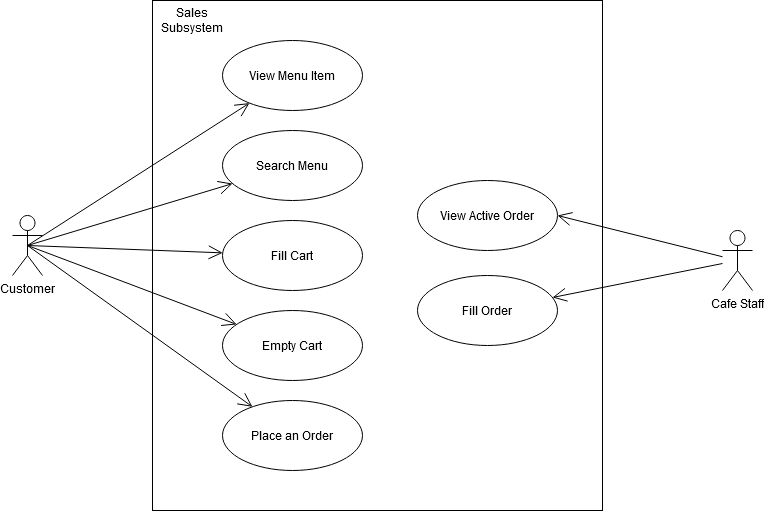
Earlier version of the draw.io export Use-Case Models/Sales Subsystem Use-Case Model.png (jakedurnford/ITC303BeverageBookers). Source tidied: cells renumbered, new cells last; positions are measured from the earlier drawing's top-left corner, leaving out a move shared by most shapes. The source it was exported from:
```xml
<mxGraphModel>
  <root>
    <mxCell id="0" />
    <mxCell id="1" parent="0" />
    <mxCell id="2" style="rounded=0;whiteSpace=wrap;html=1;" parent="1" vertex="1">
      <mxGeometry x="140" width="450" height="510" as="geometry" />
    </mxCell>
    <mxCell id="3" value="View Menu Item" style="ellipse;whiteSpace=wrap;html=1;" parent="1" vertex="1">
      <mxGeometry x="210" y="40" width="140" height="70" as="geometry" />
    </mxCell>
    <mxCell id="4" value="Cafe Staff" style="shape=umlActor;verticalLabelPosition=bottom;labelBackgroundColor=#ffffff;verticalAlign=top;html=1;" parent="1" vertex="1">
      <mxGeometry x="710" y="230" width="30" height="60" as="geometry" />
    </mxCell>
    <mxCell id="5" value="Search Menu" style="ellipse;whiteSpace=wrap;html=1;" parent="1" vertex="1">
      <mxGeometry x="210" y="130" width="140" height="70" as="geometry" />
    </mxCell>
    <mxCell id="6" value="Fill Cart" style="ellipse;whiteSpace=wrap;html=1;" parent="1" vertex="1">
      <mxGeometry x="210" y="220" width="140" height="70" as="geometry" />
    </mxCell>
    <mxCell id="7" value="Empty Cart" style="ellipse;whiteSpace=wrap;html=1;" parent="1" vertex="1">
      <mxGeometry x="210" y="310" width="140" height="70" as="geometry" />
    </mxCell>
    <mxCell id="8" value="Place an Order" style="ellipse;whiteSpace=wrap;html=1;" parent="1" vertex="1">
      <mxGeometry x="210" y="400" width="140" height="70" as="geometry" />
    </mxCell>
    <mxCell id="9" value="Fill Order" style="ellipse;whiteSpace=wrap;html=1;" parent="1" vertex="1">
      <mxGeometry x="405" y="275" width="140" height="70" as="geometry" />
    </mxCell>
    <mxCell id="10" value="View Active Order" style="ellipse;whiteSpace=wrap;html=1;" parent="1" vertex="1">
      <mxGeometry x="405" y="180" width="140" height="70" as="geometry" />
    </mxCell>
    <mxCell id="11" value="Customer" style="shape=umlActor;verticalLabelPosition=bottom;labelBackgroundColor=#ffffff;verticalAlign=top;html=1;" parent="1" vertex="1">
      <mxGeometry y="215" width="30" height="60" as="geometry" />
    </mxCell>
    <mxCell id="12" style="endArrow=open;endFill=1;endSize=12;html=1;exitX=0.5;exitY=0.5;exitDx=0;exitDy=0;exitPerimeter=0;" parent="1" edge="1" source="11" target="3">
      <mxGeometry relative="1" as="geometry" />
    </mxCell>
    <mxCell id="13" style="endArrow=open;endFill=1;endSize=12;html=1;exitX=0.5;exitY=0.5;exitDx=0;exitDy=0;exitPerimeter=0;" parent="1" edge="1" source="11" target="5">
      <mxGeometry relative="1" as="geometry" />
    </mxCell>
    <mxCell id="14" style="endArrow=open;endFill=1;endSize=12;html=1;exitX=0.5;exitY=0.5;exitDx=0;exitDy=0;exitPerimeter=0;" parent="1" edge="1" source="11" target="6">
      <mxGeometry relative="1" as="geometry" />
    </mxCell>
    <mxCell id="15" style="endArrow=open;endFill=1;endSize=12;html=1;exitX=0.5;exitY=0.5;exitDx=0;exitDy=0;exitPerimeter=0;" parent="1" edge="1" source="11" target="7">
      <mxGeometry relative="1" as="geometry" />
    </mxCell>
    <mxCell id="16" style="endArrow=open;endFill=1;endSize=12;html=1;exitX=0.5;exitY=0.5;exitDx=0;exitDy=0;exitPerimeter=0;" parent="1" edge="1" source="11" target="8">
      <mxGeometry relative="1" as="geometry" />
    </mxCell>
    <mxCell id="17" style="endArrow=open;endFill=1;endSize=12;html=1;entryX=1;entryY=0.5;entryDx=0;entryDy=0;" parent="1" edge="1" source="4" target="10">
      <mxGeometry relative="1" as="geometry" />
    </mxCell>
    <mxCell id="18" style="endArrow=open;endFill=1;endSize=12;html=1;" parent="1" edge="1" source="4" target="9">
      <mxGeometry relative="1" as="geometry" />
    </mxCell>
    <mxCell id="19" value="Sales Subsystem" style="text;html=1;strokeColor=none;fillColor=none;align=center;verticalAlign=middle;whiteSpace=wrap;rounded=0;" parent="1" vertex="1">
      <mxGeometry x="160" y="10" width="40" height="20" as="geometry" />
    </mxCell>
  </root>
</mxGraphModel>
```
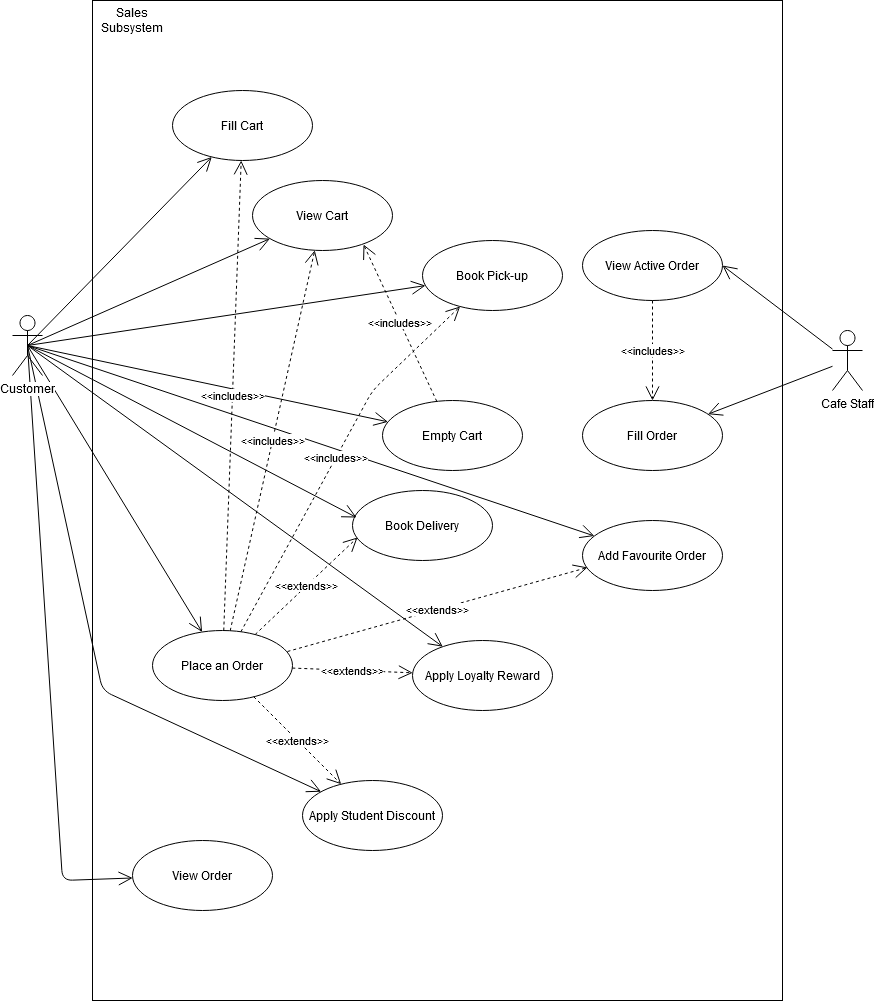
After the change.

Commit message:
UPDATED - All use-case models

Change to the diagram source:
```diff
@@ -2,59 +2,134 @@
   <root>
     <mxCell id="0" />
     <mxCell id="1" parent="0" />
+    <mxCell id="20" style="group;" parent="1" vertex="1">
+      <mxGeometry y="-100" width="850" height="1000" as="geometry" />
+    </mxCell>
+    <mxCell id="21" style="group;" parent="20" vertex="1">
+      <mxGeometry width="850" height="1000" as="geometry" />
+    </mxCell>
-    <mxCell id="2" style="rounded=0;whiteSpace=wrap;html=1;" parent="1" vertex="1">
-      <mxGeometry x="140" width="450" height="510" as="geometry" />
+    <mxCell id="2" style="rounded=0;whiteSpace=wrap;html=1;" parent="21" vertex="1">
+      <mxGeometry x="80" width="690" height="1000" as="geometry" />
     </mxCell>
-    <mxCell id="3" value="View Menu Item" style="ellipse;whiteSpace=wrap;html=1;" parent="1" vertex="1">
-      <mxGeometry x="210" y="40" width="140" height="70" as="geometry" />
-    </mxCell>
-    <mxCell id="4" value="Cafe Staff" style="shape=umlActor;verticalLabelPosition=bottom;labelBackgroundColor=#ffffff;verticalAlign=top;html=1;" parent="1" vertex="1">
-      <mxGeometry x="710" y="230" width="30" height="60" as="geometry" />
+    <mxCell id="4" value="Cafe Staff" style="shape=umlActor;verticalLabelPosition=bottom;labelBackgroundColor=#ffffff;verticalAlign=top;html=1;" parent="21" vertex="1">
+      <mxGeometry x="820" y="330" width="30" height="60" as="geometry" />
     </mxCell>
-    <mxCell id="5" value="Search Menu" style="ellipse;whiteSpace=wrap;html=1;" parent="1" vertex="1">
-      <mxGeometry x="210" y="130" width="140" height="70" as="geometry" />
-    </mxCell>
-    <mxCell id="6" value="Fill Cart" style="ellipse;whiteSpace=wrap;html=1;" parent="1" vertex="1">
-      <mxGeometry x="210" y="220" width="140" height="70" as="geometry" />
+    <mxCell id="6" value="Fill Cart" style="ellipse;whiteSpace=wrap;html=1;" parent="21" vertex="1">
+      <mxGeometry x="160" y="90" width="140" height="70" as="geometry" />
     </mxCell>
-    <mxCell id="7" value="Empty Cart" style="ellipse;whiteSpace=wrap;html=1;" parent="1" vertex="1">
-      <mxGeometry x="210" y="310" width="140" height="70" as="geometry" />
+    <mxCell id="7" value="View Cart" style="ellipse;whiteSpace=wrap;html=1;" parent="21" vertex="1">
+      <mxGeometry x="240" y="180" width="140" height="70" as="geometry" />
     </mxCell>
-    <mxCell id="8" value="Place an Order" style="ellipse;whiteSpace=wrap;html=1;" parent="1" vertex="1">
-      <mxGeometry x="210" y="400" width="140" height="70" as="geometry" />
+    <mxCell id="8" value="Place an Order" style="ellipse;whiteSpace=wrap;html=1;" parent="21" vertex="1">
+      <mxGeometry x="140" y="630" width="140" height="70" as="geometry" />
     </mxCell>
-    <mxCell id="9" value="Fill Order" style="ellipse;whiteSpace=wrap;html=1;" parent="1" vertex="1">
-      <mxGeometry x="405" y="275" width="140" height="70" as="geometry" />
+    <mxCell id="9" value="Fill Order" style="ellipse;whiteSpace=wrap;html=1;" parent="21" vertex="1">
+      <mxGeometry x="570" y="400" width="140" height="70" as="geometry" />
     </mxCell>
-    <mxCell id="10" value="View Active Order" style="ellipse;whiteSpace=wrap;html=1;" parent="1" vertex="1">
-      <mxGeometry x="405" y="180" width="140" height="70" as="geometry" />
+    <mxCell id="10" value="View Active Order" style="ellipse;whiteSpace=wrap;html=1;" parent="21" vertex="1">
+      <mxGeometry x="570" y="230" width="140" height="70" as="geometry" />
     </mxCell>
-    <mxCell id="11" value="Customer" style="shape=umlActor;verticalLabelPosition=bottom;labelBackgroundColor=#ffffff;verticalAlign=top;html=1;" parent="1" vertex="1">
-      <mxGeometry y="215" width="30" height="60" as="geometry" />
-    </mxCell>
-    <mxCell id="12" style="endArrow=open;endFill=1;endSize=12;html=1;exitX=0.5;exitY=0.5;exitDx=0;exitDy=0;exitPerimeter=0;" parent="1" edge="1" source="11" target="3">
-      <mxGeometry relative="1" as="geometry" />
-    </mxCell>
-    <mxCell id="13" style="endArrow=open;endFill=1;endSize=12;html=1;exitX=0.5;exitY=0.5;exitDx=0;exitDy=0;exitPerimeter=0;" parent="1" edge="1" source="11" target="5">
-      <mxGeometry relative="1" as="geometry" />
-    </mxCell>
-    <mxCell id="14" style="endArrow=open;endFill=1;endSize=12;html=1;exitX=0.5;exitY=0.5;exitDx=0;exitDy=0;exitPerimeter=0;" parent="1" edge="1" source="11" target="6">
+    <mxCell id="14" style="endArrow=open;endFill=1;endSize=12;html=1;exitX=0.5;exitY=0.5;exitDx=0;exitDy=0;exitPerimeter=0;" parent="21" edge="1" source="11" target="6">
       <mxGeometry relative="1" as="geometry" />
     </mxCell>
-    <mxCell id="15" style="endArrow=open;endFill=1;endSize=12;html=1;exitX=0.5;exitY=0.5;exitDx=0;exitDy=0;exitPerimeter=0;" parent="1" edge="1" source="11" target="7">
+    <mxCell id="15" style="endArrow=open;endFill=1;endSize=12;html=1;exitX=0.5;exitY=0.5;exitDx=0;exitDy=0;exitPerimeter=0;" parent="21" edge="1" source="11" target="7">
       <mxGeometry relative="1" as="geometry" />
     </mxCell>
-    <mxCell id="16" style="endArrow=open;endFill=1;endSize=12;html=1;exitX=0.5;exitY=0.5;exitDx=0;exitDy=0;exitPerimeter=0;" parent="1" edge="1" source="11" target="8">
+    <mxCell id="16" style="endArrow=open;endFill=1;endSize=12;html=1;exitX=0.5;exitY=0.5;exitDx=0;exitDy=0;exitPerimeter=0;" parent="21" edge="1" source="11" target="8">
       <mxGeometry relative="1" as="geometry" />
     </mxCell>
-    <mxCell id="17" style="endArrow=open;endFill=1;endSize=12;html=1;entryX=1;entryY=0.5;entryDx=0;entryDy=0;" parent="1" edge="1" source="4" target="10">
+    <mxCell id="17" style="endArrow=open;endFill=1;endSize=12;html=1;entryX=1;entryY=0.5;entryDx=0;entryDy=0;" parent="21" edge="1" source="4" target="10">
       <mxGeometry relative="1" as="geometry" />
     </mxCell>
-    <mxCell id="18" style="endArrow=open;endFill=1;endSize=12;html=1;" parent="1" edge="1" source="4" target="9">
+    <mxCell id="18" style="endArrow=open;endFill=1;endSize=12;html=1;" parent="21" edge="1" source="4" target="9">
       <mxGeometry relative="1" as="geometry" />
     </mxCell>
-    <mxCell id="19" value="Sales Subsystem" style="text;html=1;strokeColor=none;fillColor=none;align=center;verticalAlign=middle;whiteSpace=wrap;rounded=0;" parent="1" vertex="1">
-      <mxGeometry x="160" y="10" width="40" height="20" as="geometry" />
+    <mxCell id="19" value="Sales Subsystem" style="text;html=1;strokeColor=none;fillColor=none;align=center;verticalAlign=middle;whiteSpace=wrap;rounded=0;" parent="21" vertex="1">
+      <mxGeometry x="100" y="10" width="40" height="20" as="geometry" />
     </mxCell>
+    <mxCell id="22" value="Empty Cart" style="ellipse;whiteSpace=wrap;html=1;" parent="21" vertex="1">
+      <mxGeometry x="370" y="400" width="140" height="70" as="geometry" />
+    </mxCell>
+    <mxCell id="23" value="Book Pick-up" style="ellipse;whiteSpace=wrap;html=1;" parent="21" vertex="1">
+      <mxGeometry x="410" y="240" width="140" height="70" as="geometry" />
+    </mxCell>
+    <mxCell id="24" value="View Order" style="ellipse;whiteSpace=wrap;html=1;" parent="21" vertex="1">
+      <mxGeometry x="120" y="840" width="140" height="70" as="geometry" />
+    </mxCell>
+    <mxCell id="25" value="Apply Student Discount" style="ellipse;whiteSpace=wrap;html=1;" parent="21" vertex="1">
+      <mxGeometry x="290" y="780" width="140" height="70" as="geometry" />
+    </mxCell>
+    <mxCell id="26" value="Apply Loyalty Reward" style="ellipse;whiteSpace=wrap;html=1;" parent="21" vertex="1">
+      <mxGeometry x="400" y="640" width="140" height="70" as="geometry" />
+    </mxCell>
+    <mxCell id="27" value="Add Favourite Order" style="ellipse;whiteSpace=wrap;html=1;" parent="21" vertex="1">
+      <mxGeometry x="570" y="520" width="140" height="70" as="geometry" />
+    </mxCell>
+    <mxCell id="28" style="endArrow=open;endFill=1;endSize=12;html=1;exitX=0.5;exitY=0.5;exitDx=0;exitDy=0;exitPerimeter=0;" parent="21" edge="1" source="11" target="22">
+      <mxGeometry relative="1" as="geometry" />
+    </mxCell>
+    <mxCell id="29" style="endArrow=open;endFill=1;endSize=12;html=1;exitX=0.5;exitY=0.5;exitDx=0;exitDy=0;exitPerimeter=0;" parent="21" edge="1" source="11" target="23">
+      <mxGeometry relative="1" as="geometry" />
+    </mxCell>
+    <mxCell id="30" style="endArrow=open;endFill=1;endSize=12;html=1;exitX=0.5;exitY=0.5;exitDx=0;exitDy=0;exitPerimeter=0;" parent="21" edge="1" source="11" target="25">
+      <mxGeometry relative="1" as="geometry">
+        <Array as="points">
+          <mxPoint x="90" y="690" />
+        </Array>
+      </mxGeometry>
+    </mxCell>
+    <mxCell id="31" style="endArrow=open;endFill=1;endSize=12;html=1;exitX=0.5;exitY=0.5;exitDx=0;exitDy=0;exitPerimeter=0;" parent="21" edge="1" source="11" target="24">
+      <mxGeometry relative="1" as="geometry">
+        <Array as="points">
+          <mxPoint x="50" y="880" />
+        </Array>
+      </mxGeometry>
+    </mxCell>
+    <mxCell id="32" style="endArrow=open;endFill=1;endSize=12;html=1;exitX=0.5;exitY=0.5;exitDx=0;exitDy=0;exitPerimeter=0;" parent="21" edge="1" source="11" target="26">
+      <mxGeometry relative="1" as="geometry" />
+    </mxCell>
+    <mxCell id="33" style="endArrow=open;endFill=1;endSize=12;html=1;exitX=0.5;exitY=0.5;exitDx=0;exitDy=0;exitPerimeter=0;" parent="21" edge="1" source="11" target="27">
+      <mxGeometry relative="1" as="geometry" />
+    </mxCell>
+    <mxCell id="11" value="Customer" style="shape=umlActor;verticalLabelPosition=bottom;labelBackgroundColor=#ffffff;verticalAlign=top;html=1;" parent="21" vertex="1">
+      <mxGeometry y="315" width="30" height="60" as="geometry" />
+    </mxCell>
+    <mxCell id="34" value="&amp;lt;&amp;lt;includes&amp;gt;&amp;gt;" style="endArrow=open;endSize=12;dashed=1;html=1;" parent="21" edge="1" source="8" target="6">
+      <mxGeometry relative="1" as="geometry" />
+    </mxCell>
+    <mxCell id="35" value="&amp;lt;&amp;lt;includes&amp;gt;&amp;gt;" style="endArrow=open;endSize=12;dashed=1;html=1;" parent="21" edge="1" source="8" target="7">
+      <mxGeometry relative="1" as="geometry" />
+    </mxCell>
+    <mxCell id="36" value="&amp;lt;&amp;lt;extends&amp;gt;&amp;gt;" style="endArrow=open;endSize=12;dashed=1;html=1;" parent="21" edge="1" source="8" target="25">
+      <mxGeometry relative="1" as="geometry" />
+    </mxCell>
+    <mxCell id="37" value="&amp;lt;&amp;lt;extends&amp;gt;&amp;gt;" style="endArrow=open;endSize=12;dashed=1;html=1;" parent="21" edge="1" source="8" target="26">
+      <mxGeometry relative="1" as="geometry" />
+    </mxCell>
+    <mxCell id="38" value="&amp;lt;&amp;lt;extends&amp;gt;&amp;gt;" style="endArrow=open;endSize=12;dashed=1;html=1;entryX=0.036;entryY=0.671;entryDx=0;entryDy=0;entryPerimeter=0;" parent="21" edge="1" source="8" target="41">
+      <mxGeometry relative="1" as="geometry" />
+    </mxCell>
+    <mxCell id="39" value="&amp;lt;&amp;lt;includes&amp;gt;&amp;gt;" style="endArrow=open;endSize=12;dashed=1;html=1;" parent="21" edge="1" source="10" target="9">
+      <mxGeometry relative="1" as="geometry" />
+    </mxCell>
+    <mxCell id="40" value="&amp;lt;&amp;lt;includes&amp;gt;&amp;gt;" style="endArrow=open;endSize=12;dashed=1;html=1;entryX=0.793;entryY=0.914;entryDx=0;entryDy=0;entryPerimeter=0;" parent="21" edge="1" source="22" target="7">
+      <mxGeometry relative="1" as="geometry" />
+    </mxCell>
+    <mxCell id="41" value="Book Delivery" style="ellipse;whiteSpace=wrap;html=1;" parent="21" vertex="1">
+      <mxGeometry x="340" y="490" width="140" height="70" as="geometry" />
+    </mxCell>
+    <mxCell id="42" value="&amp;lt;&amp;lt;extends&amp;gt;&amp;gt;" style="endArrow=open;endSize=12;dashed=1;html=1;exitX=0.964;exitY=0.3;exitDx=0;exitDy=0;exitPerimeter=0;entryX=0.036;entryY=0.671;entryDx=0;entryDy=0;entryPerimeter=0;" parent="21" edge="1" source="8" target="27">
+      <mxGeometry relative="1" as="geometry" />
+    </mxCell>
+    <mxCell id="43" style="endArrow=open;endFill=1;endSize=12;html=1;exitX=0.5;exitY=0.5;exitDx=0;exitDy=0;exitPerimeter=0;entryX=0.029;entryY=0.386;entryDx=0;entryDy=0;entryPerimeter=0;" parent="21" edge="1" source="11" target="41">
+      <mxGeometry relative="1" as="geometry" />
+    </mxCell>
+    <mxCell id="44" value="&amp;lt;&amp;lt;includes&amp;gt;&amp;gt;" style="endArrow=open;endSize=12;dashed=1;html=1;" parent="21" edge="1" source="8" target="23">
+      <mxGeometry relative="1" as="geometry">
+        <Array as="points">
+          <mxPoint x="360" y="390" />
+        </Array>
+      </mxGeometry>
+    </mxCell>
   </root>
 </mxGraphModel>
```
